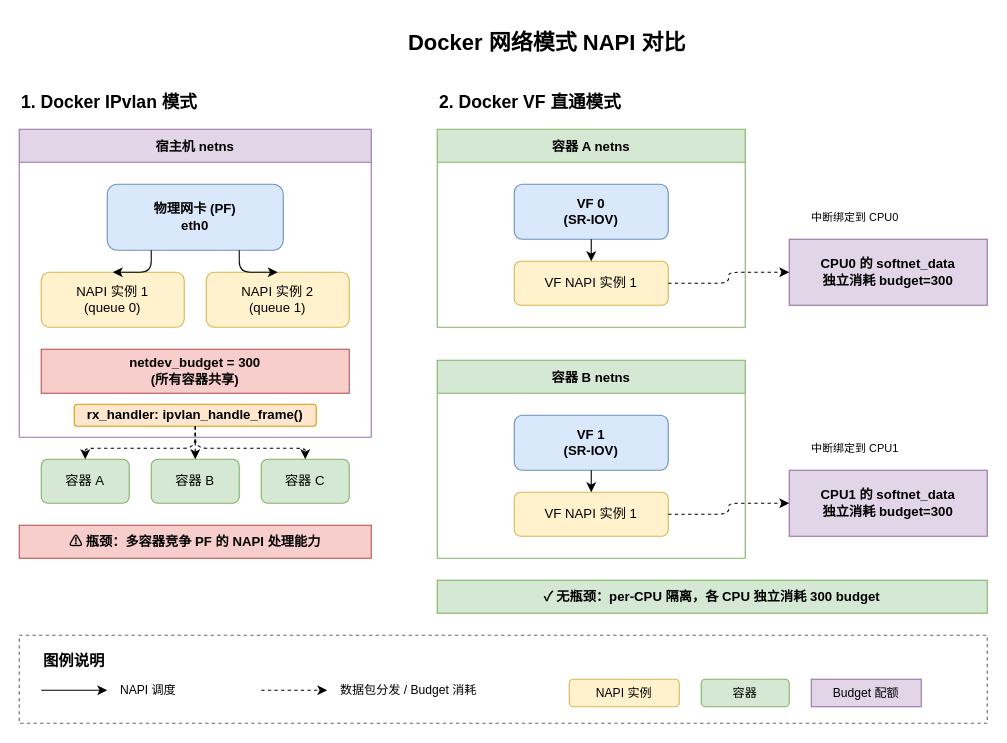
Before: diagrams/napi-three-modes.drawio in fsqHub/docker-sriov-plugin, a draw.io diagram. Source tidied: cells renumbered, new cells numbered last; positions are measured from the earlier drawing's top-left corner, leaving out a move shared by most shapes. Both pictures are drawn from the tidied source at 110%, with x=0, y=0 at pixel (19, 19).
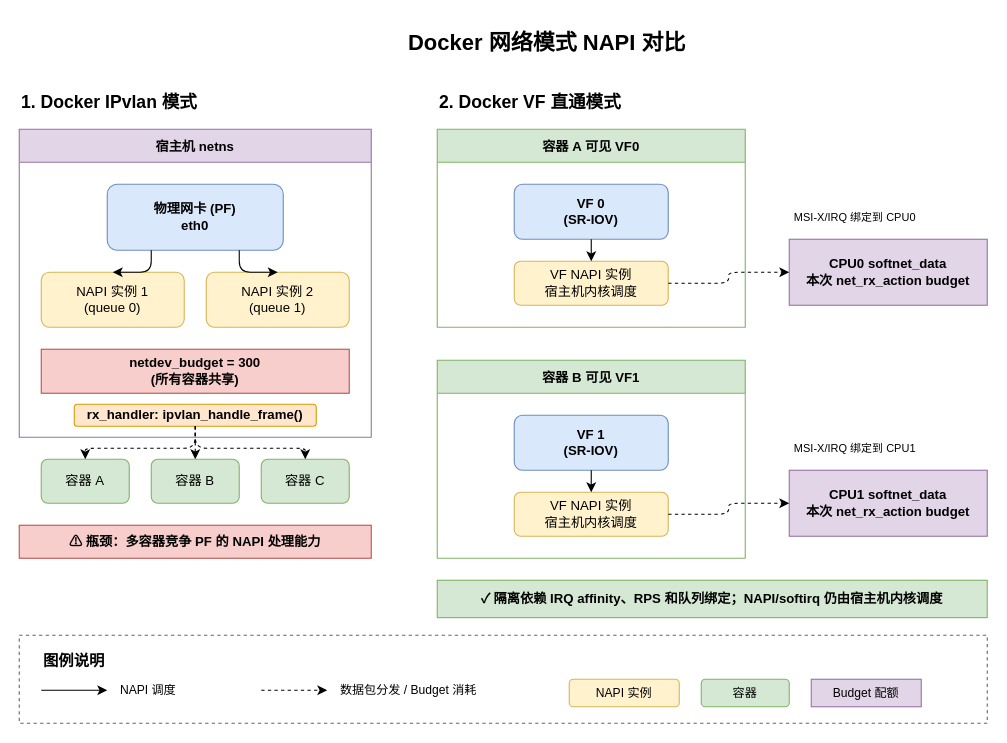
After the change.

Change to the diagram source:
```diff
@@
-    <mxCell id="20" value="容器 A netns" style="swimlane;startSize=30;fillColor=#d5e8d4;strokeColor=#82b366;fontStyle=1;" parent="1" vertex="1">
+    <mxCell id="20" value="容器 A 可见 VF0" style="swimlane;startSize=30;fillColor=#d5e8d4;strokeColor=#82b366;fontStyle=1;" parent="1" vertex="1">
       <mxGeometry x="380" y="100" width="280" height="180" as="geometry" />
     </mxCell>
@@
-    <mxCell id="22" value="VF NAPI 实例 1" style="rounded=1;whiteSpace=wrap;html=1;fillColor=#fff2cc;strokeColor=#d6b656;" parent="20" vertex="1">
+    <mxCell id="22" value="VF NAPI 实例&#10;宿主机内核调度" style="rounded=1;whiteSpace=wrap;html=1;fillColor=#fff2cc;strokeColor=#d6b656;" parent="20" vertex="1">
       <mxGeometry x="70" y="120" width="140" height="40" as="geometry" />
     </mxCell>
@@
-    <mxCell id="24" value="中断绑定到 CPU0" style="text;html=1;strokeColor=none;fillColor=none;align=center;verticalAlign=middle;whiteSpace=wrap;fontSize=10;" parent="1" vertex="1">
-      <mxGeometry x="700" y="170" width="120" height="20" as="geometry" />
+    <mxCell id="24" value="MSI-X/IRQ 绑定到 CPU0" style="text;html=1;strokeColor=none;fillColor=none;align=center;verticalAlign=middle;whiteSpace=wrap;fontSize=10;" parent="1" vertex="1">
+      <mxGeometry x="680" y="170" width="160" height="20" as="geometry" />
     </mxCell>
-    <mxCell id="25" value="CPU0 的 softnet_data&#10;独立消耗 budget=300" style="rounded=0;whiteSpace=wrap;html=1;fillColor=#e1d5e7;strokeColor=#9673a6;fontStyle=1;" parent="1" vertex="1">
+    <mxCell id="25" value="CPU0 softnet_data&#10;本次 net_rx_action budget" style="rounded=0;whiteSpace=wrap;html=1;fillColor=#e1d5e7;strokeColor=#9673a6;fontStyle=1;" parent="1" vertex="1">
       <mxGeometry x="700" y="200" width="180" height="60" as="geometry" />
     </mxCell>
@@
-    <mxCell id="27" value="容器 B netns" style="swimlane;startSize=30;fillColor=#d5e8d4;strokeColor=#82b366;fontStyle=1;" parent="1" vertex="1">
+    <mxCell id="27" value="容器 B 可见 VF1" style="swimlane;startSize=30;fillColor=#d5e8d4;strokeColor=#82b366;fontStyle=1;" parent="1" vertex="1">
       <mxGeometry x="380" y="310" width="280" height="180" as="geometry" />
     </mxCell>
@@
-    <mxCell id="29" value="VF NAPI 实例 1" style="rounded=1;whiteSpace=wrap;html=1;fillColor=#fff2cc;strokeColor=#d6b656;" parent="27" vertex="1">
+    <mxCell id="29" value="VF NAPI 实例&#10;宿主机内核调度" style="rounded=1;whiteSpace=wrap;html=1;fillColor=#fff2cc;strokeColor=#d6b656;" parent="27" vertex="1">
       <mxGeometry x="70" y="120" width="140" height="40" as="geometry" />
     </mxCell>
@@
-    <mxCell id="31" value="中断绑定到 CPU1" style="text;html=1;strokeColor=none;fillColor=none;align=center;verticalAlign=middle;whiteSpace=wrap;fontSize=10;" parent="1" vertex="1">
-      <mxGeometry x="700" y="380" width="120" height="20" as="geometry" />
+    <mxCell id="31" value="MSI-X/IRQ 绑定到 CPU1" style="text;html=1;strokeColor=none;fillColor=none;align=center;verticalAlign=middle;whiteSpace=wrap;fontSize=10;" parent="1" vertex="1">
+      <mxGeometry x="680" y="380" width="160" height="20" as="geometry" />
     </mxCell>
-    <mxCell id="32" value="CPU1 的 softnet_data&#10;独立消耗 budget=300" style="rounded=0;whiteSpace=wrap;html=1;fillColor=#e1d5e7;strokeColor=#9673a6;fontStyle=1;" parent="1" vertex="1">
+    <mxCell id="32" value="CPU1 softnet_data&#10;本次 net_rx_action budget" style="rounded=0;whiteSpace=wrap;html=1;fillColor=#e1d5e7;strokeColor=#9673a6;fontStyle=1;" parent="1" vertex="1">
       <mxGeometry x="700" y="410" width="180" height="60" as="geometry" />
     </mxCell>
@@
-    <mxCell id="34" value="✓ 无瓶颈：per-CPU 隔离，各 CPU 独立消耗 300 budget" style="text;html=1;strokeColor=#82b366;fillColor=#d5e8d4;align=center;verticalAlign=middle;whiteSpace=wrap;fontSize=12;fontStyle=1;" parent="1" vertex="1">
-      <mxGeometry x="380" y="510" width="500" height="30" as="geometry" />
+    <mxCell id="34" value="✓ 隔离依赖 IRQ affinity、RPS 和队列绑定；NAPI/softirq 仍由宿主机内核调度" style="text;html=1;strokeColor=#82b366;fillColor=#d5e8d4;align=center;verticalAlign=middle;whiteSpace=wrap;fontSize=12;fontStyle=1;" parent="1" vertex="1">
+      <mxGeometry x="380" y="510" width="500" height="34" as="geometry" />
     </mxCell>
```
